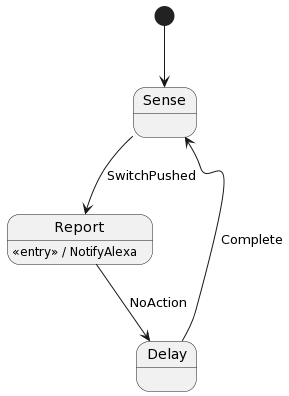
Above: src/esp-12e-alexa-door-bell/fsm.plantuml.png in tekkies/esp-12e-alexa-door-bell (PlantUML), before the change. Source of this version:
```plantuml
@startuml
[*] --> Sense
Sense --> Report: SwitchPushed
Report : <<entry>> / NotifyAlexa

Report --> Delay : NoAction
Delay --> Sense : Complete
@enduml
```
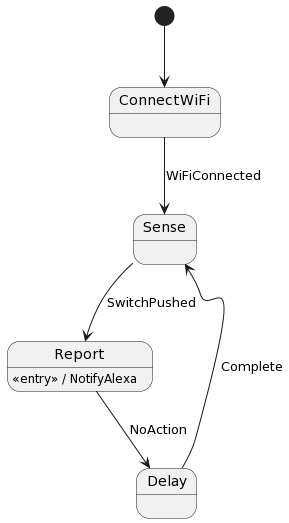
The same diagram one commit later.

Commit message:
Added ConnectWiFi state

The edit, as a diff of the source:
```diff
@@ -1,8 +1,8 @@
 @startuml
-[*] --> Sense
+[*] --> ConnectWiFi
+ConnectWiFi --> Sense: WiFiConnected
 Sense --> Report: SwitchPushed
 Report : <<entry>> / NotifyAlexa
-
 Report --> Delay : NoAction
 Delay --> Sense : Complete
 @enduml
```
